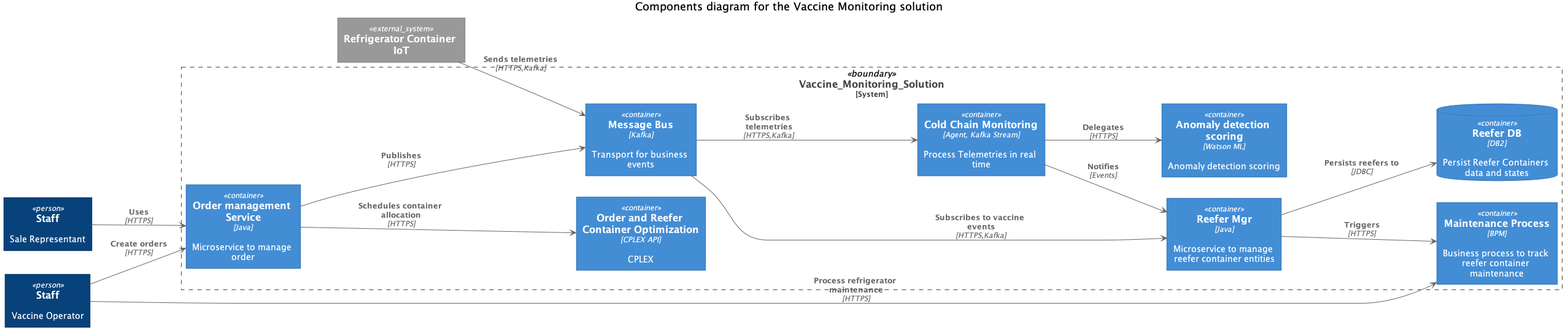
Before: docs/src/pages/design/images/mvp-vaccine-comp-view.png, a diagram exported from PlantUML (ibm-cloud-architecture/vaccine-solution-main).
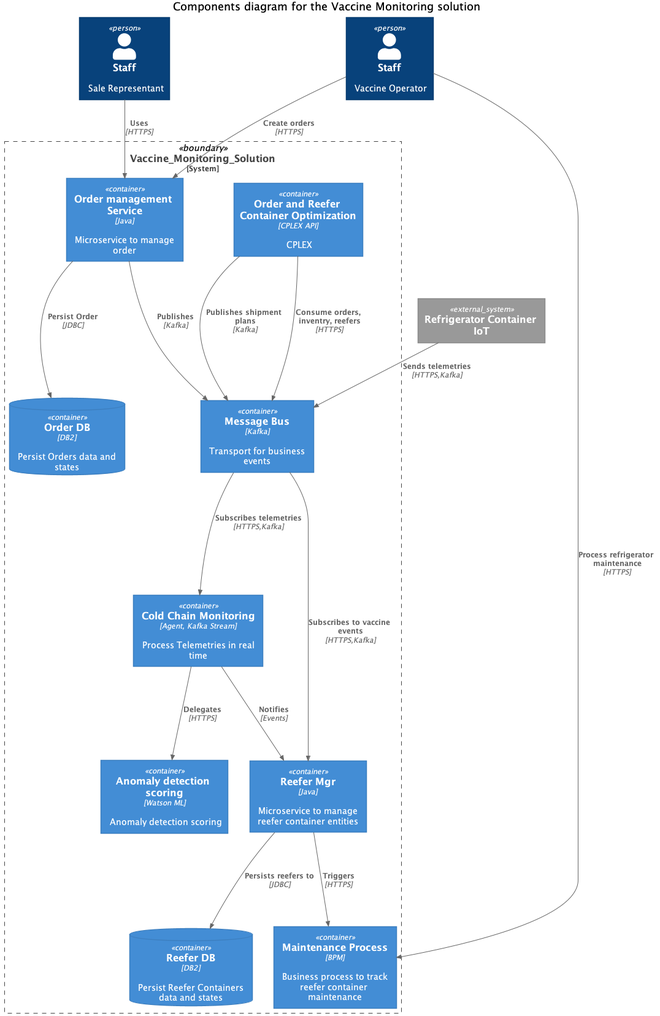
After the commit.

Commit message:
start working on order mgr use case

What changed in the source:
```diff
@@ -1,7 +1,6 @@
 @startuml "mvp-vaccine-comp-view"
 !includeurl  https://raw.githubusercontent.com/RicardoNiepel/C4-PlantUML/master/C4_Container.puml
 
-LAYOUT_LEFT_RIGHT
 title Components diagram for the Vaccine Monitoring solution
 
 Person(SaleRep,Staff,"Sale Representant")
@@ -11,6 +10,7 @@
     Container(orderms,"Order management Service","Java", "Microservice to manage order")
     Container(reefers_mgr,"Reefer Mgr","Java","Microservice to manage reefer container entities")
     ContainerDb(reeferDB,"Reefer DB","DB2","Persist Reefer Containers data and states")
+    ContainerDb(orderDB,"Order DB","DB2","Persist Orders data and states")
     Container(message_bus, "Message Bus", "Kafka", "Transport for business events")
     Container(cold_chain_monitoring,"Cold Chain Monitoring","Agent, Kafka Stream","Process Telemetries in real time")
     Container(optim,"Order and Reefer Container Optimization","CPLEX API","CPLEX")
@@ -22,8 +22,10 @@
 Rel(SaleRep,orderms,"Uses", "HTTPS")
 Rel(VaccineCoordinator,maintenance_process,"Process refrigerator maintenance","HTTPS")
 Rel(reefers_mgr,reeferDB,"Persists reefers to","JDBC")
-Rel(orderms,optim,"Schedules container allocation","HTTPS")
-Rel(orderms,message_bus,"Publishes","HTTPS")
+Rel(optim,message_bus,"Consume orders, inventry, reefers","HTTPS")
+Rel(orderms,message_bus,"Publishes","Kafka")
+Rel(orderms,orderDB,"Persist Order","JDBC")
+Rel(optim,message_bus,"Publishes shipment plans","Kafka")
 
 Rel(message_bus, reefers_mgr, "Subscribes to vaccine events","HTTPS,Kafka")
 Rel(message_bus,cold_chain_monitoring,"Subscribes telemetries","HTTPS,Kafka")
```
